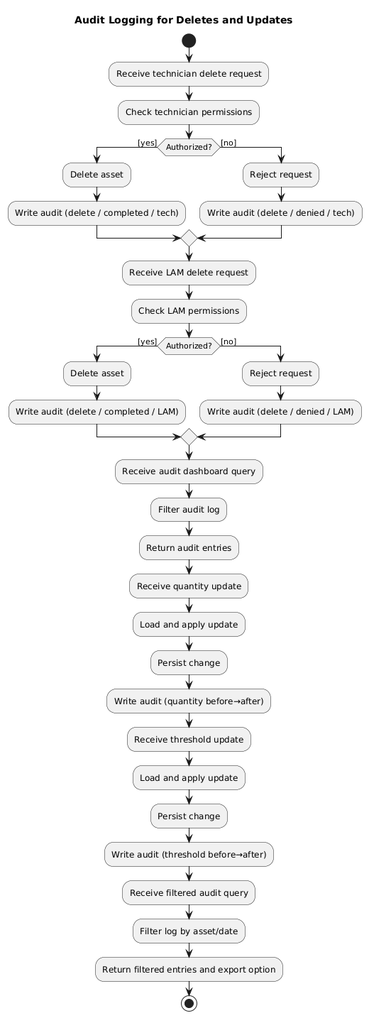
Earlier version of the PlantUML export design/activity_diagrams/AD-21 Audit Logging for Deletes and Updates.png (Farzaanw/Lab-Asset-Management-System).
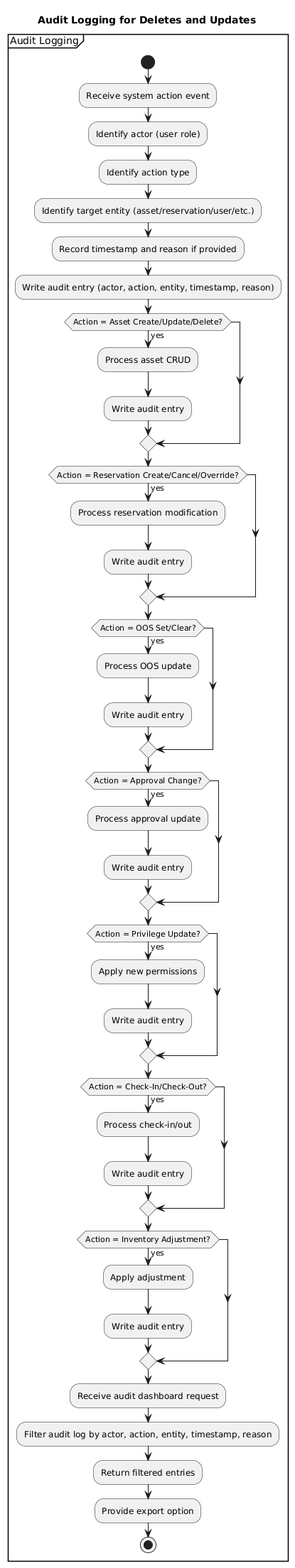
Above is the later version.

Commit message:
New Diagram AD-21 Audit Logging for Deletes and Updates

What changed in the source:
```diff
@@ -1,47 +1,59 @@
 @startuml
 title Audit Logging for Deletes and Updates
 
-start
+partition "Audit Logging" {
 
-:Receive technician delete request;
-:Check technician permissions;
+    start
 
-if (Authorized?) then ([yes])
-  :Delete asset;
-  :Write audit (delete / completed / tech);
-else ([no])
-  :Reject request;
-  :Write audit (delete / denied / tech);
-endif
+    :Receive system action event;
+    :Identify actor (user role);
+    :Identify action type;
+    :Identify target entity (asset/reservation/user/etc.);
+    :Record timestamp and reason if provided;
 
-:Receive LAM delete request;
-:Check LAM permissions;
+    :Write audit entry (actor, action, entity, timestamp, reason);
 
-if (Authorized?) then ([yes])
-  :Delete asset;
-  :Write audit (delete / completed / LAM);
-else ([no])
-  :Reject request;
-  :Write audit (delete / denied / LAM);
-endif
 
-:Receive audit dashboard query;
-:Filter audit log;
-:Return audit entries;
+    if (Action = Asset Create/Update/Delete?) then (yes)
+        :Process asset CRUD;
+        :Write audit entry;
+    endif
 
-:Receive quantity update;
-:Load and apply update;
-:Persist change;
-:Write audit (quantity before→after);
+    if (Action = Reservation Create/Cancel/Override?) then (yes)
+        :Process reservation modification;
+        :Write audit entry;
+    endif
 
-:Receive threshold update;
-:Load and apply update;
-:Persist change;
-:Write audit (threshold before→after);
+    if (Action = OOS Set/Clear?) then (yes)
+        :Process OOS update;
+        :Write audit entry;
+    endif
 
-:Receive filtered audit query;
-:Filter log by asset/date;
-:Return filtered entries and export option;
+    if (Action = Approval Change?) then (yes)
+        :Process approval update;
+        :Write audit entry;
+    endif
 
-stop
+    if (Action = Privilege Update?) then (yes)
+        :Apply new permissions;
+        :Write audit entry;
+    endif
+
+    if (Action = Check-In/Check-Out?) then (yes)
+        :Process check-in/out;
+        :Write audit entry;
+    endif
+
+    if (Action = Inventory Adjustment?) then (yes)
+        :Apply adjustment;
+        :Write audit entry;
+    endif
+
+    :Receive audit dashboard request;
+    :Filter audit log by actor, action, entity, timestamp, reason;
+    :Return filtered entries;
+    :Provide export option;
+
+    stop
+}
 @enduml
```
